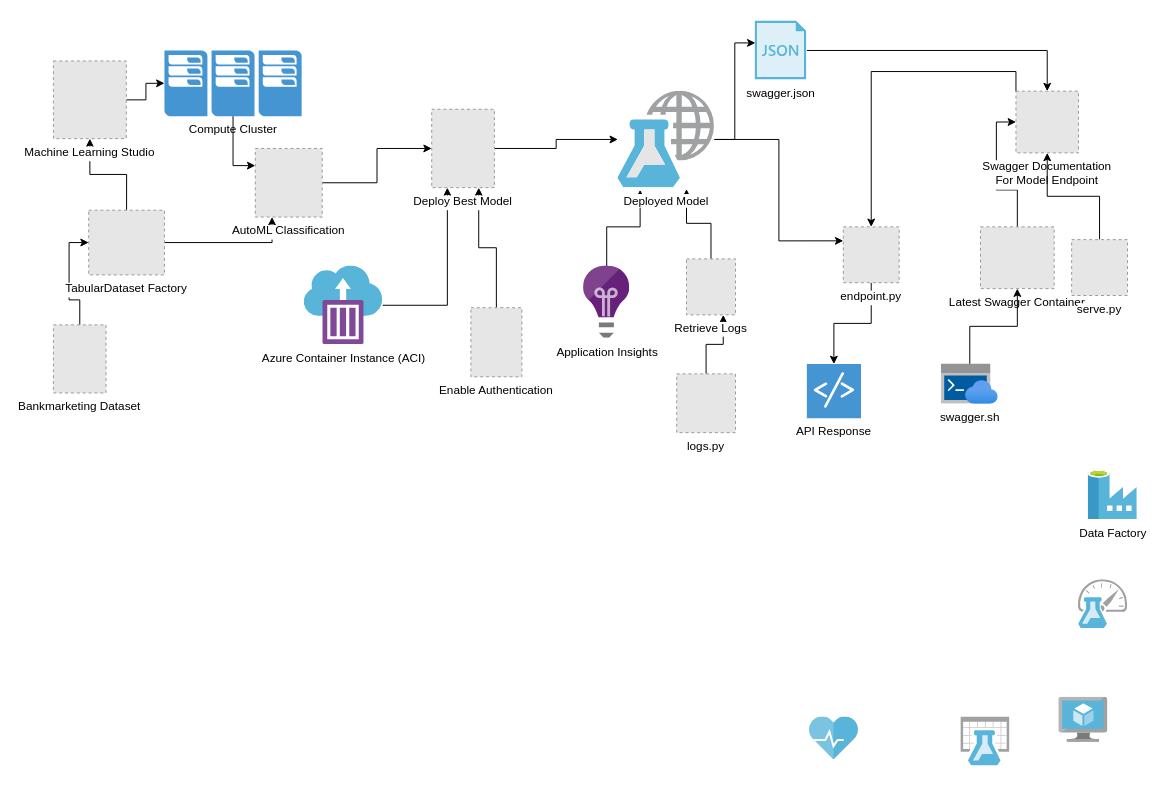
The draw.io diagram starter_files/MLOps-Diagram.drawio in ionut-ml/nd00333_AZMLND_C2, before the edit. Source tidied: cells renumbered, new cells numbered last; positions are measured from the earlier drawing's top-left corner, leaving out a move shared by most shapes. Both pictures are drawn from the tidied source at 98%, with x=0, y=0 at pixel (53, 21). Pictures stored in the file or linked from it are replaced by grey dashed boxes.
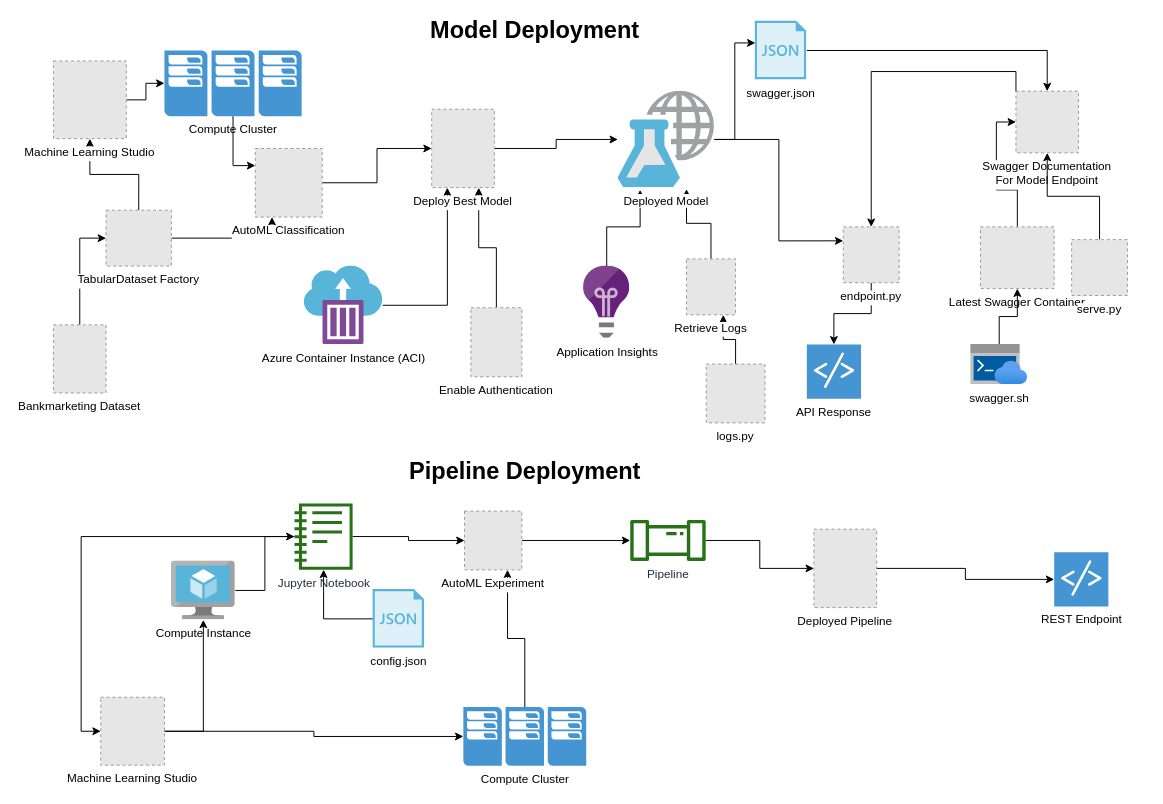
Above is the later version.

Change to the diagram source:
```diff
@@
-    <mxCell id="2" value="Data Factory" style="html=1;perimeter=none;align=center;shadow=0;dashed=0;image;fontSize=12;image=img/lib/mscae/Data_Factory.svg;labelBackgroundColor=#ffffff;fillColor=#4D9900;" parent="1" vertex="1">
-      <mxGeometry x="1056" y="458.5" width="50" height="50" as="geometry" />
-    </mxCell>
-    <mxCell id="3" style="html=1;align=center;image;fontSize=12;image=img/lib/mscae/Machine_Learning_Studio_Workspaces.svg;" parent="1" vertex="1">
-      <mxGeometry x="926" y="710" width="50" height="50" as="geometry" />
-    </mxCell>
-    <mxCell id="4" style="html=1;align=center;image;fontSize=12;image=img/lib/mscae/Machine_Learning_Studio_Web_Service_Plans.svg;" parent="1" vertex="1">
-      <mxGeometry x="1046" y="570" width="50" height="50" as="geometry" />
-    </mxCell>
+    <mxCell id="46" style="edgeStyle=orthogonalEdgeStyle;rounded=0;jettySize=auto;html=1;" parent="1" edge="1" source="5" target="54">
+      <mxGeometry relative="1" as="geometry" />
+    </mxCell>
-    <mxCell id="5" style="html=1;points=[];align=center;image;fontSize=12;image=img/lib/mscae/Virtual_Machine.svg;" parent="1" vertex="1">
-      <mxGeometry x="1026" y="690" width="50" height="46" as="geometry" />
+    <mxCell id="5" value="Compute Instance" style="html=1;points=[];align=center;image;fontSize=12;image=img/lib/mscae/Virtual_Machine.svg;" parent="1" vertex="1">
+      <mxGeometry x="120.4" y="551" width="65.2" height="60" as="geometry" />
     </mxCell>
@@
-    <mxCell id="10" style="html=1;align=center;image;fontSize=12;image=img/lib/mscae/ServiceHealth.svg;" parent="1" vertex="1">
-      <mxGeometry x="771.5" y="710" width="50" height="44" as="geometry" />
-    </mxCell>
@@
     <mxCell id="19" value="TabularDataset Factory" style="fillColor=#E6E6E6;strokeColor=#999999;dashed=1;verticalLabelPosition=bottom;labelBackgroundColor=#ffffff;verticalAlign=top;" parent="1" vertex="1">
-      <mxGeometry x="36" y="193" width="77.3" height="66" as="geometry" />
+      <mxGeometry x="53.7" y="193" width="66.7" height="57" as="geometry" />
     </mxCell>
@@
     <mxCell id="31" value="logs.py" style="fillColor=#E6E6E6;strokeColor=#999999;dashed=1;verticalLabelPosition=bottom;labelBackgroundColor=#ffffff;verticalAlign=top;" parent="1" vertex="1">
-      <mxGeometry x="636" y="360" width="60" height="60" as="geometry" />
+      <mxGeometry x="666.1" y="350" width="60" height="60" as="geometry" />
     </mxCell>
@@
     <mxCell id="40" value="swagger.sh" style="html=1;points=[];align=center;image;fontSize=12;image=img/lib/azure2/preview/Azure_Cloud_Shell.svg;" parent="1" vertex="1">
-      <mxGeometry x="906" y="350" width="58.1" height="41" as="geometry" />
+      <mxGeometry x="936" y="330" width="58.1" height="41" as="geometry" />
     </mxCell>
@@
     <mxCell id="45" value="API Response" style="shadow=0;dashed=0;html=1;strokeColor=none;fillColor=#4495D1;labelPosition=center;verticalLabelPosition=bottom;verticalAlign=top;align=center;outlineConnect=0;shape=mxgraph.veeam.script;" parent="1" vertex="1">
-      <mxGeometry x="768.8" y="350" width="55.3" height="55.3" as="geometry" />
+      <mxGeometry x="768.8" y="330" width="55.3" height="55.3" as="geometry" />
     </mxCell>
+    <mxCell id="47" style="edgeStyle=orthogonalEdgeStyle;rounded=0;jettySize=auto;html=1;" parent="1" edge="1" source="49" target="56">
+      <mxGeometry relative="1" as="geometry" />
+    </mxCell>
+    <mxCell id="48" style="edgeStyle=orthogonalEdgeStyle;rounded=0;jettySize=auto;html=1;" parent="1" edge="1" source="49" target="5">
+      <mxGeometry relative="1" as="geometry" />
+    </mxCell>
+    <mxCell id="49" value="Machine Learning Studio" style="fillColor=#E6E6E6;strokeColor=#999999;dashed=1;verticalLabelPosition=bottom;labelBackgroundColor=#ffffff;verticalAlign=top;" parent="1" vertex="1">
+      <mxGeometry x="48.3" y="690" width="65" height="69.3" as="geometry" />
+    </mxCell>
+    <mxCell id="50" style="edgeStyle=orthogonalEdgeStyle;rounded=0;jettySize=auto;html=1;" parent="1" edge="1" source="51" target="54">
+      <mxGeometry relative="1" as="geometry" />
+    </mxCell>
+    <mxCell id="51" value="config.json" style="html=1;points=[];align=center;image;fontSize=12;image=img/lib/mscae/Templates.svg;" parent="1" vertex="1">
+      <mxGeometry x="326" y="580" width="52.8" height="60" as="geometry" />
+    </mxCell>
+    <mxCell id="52" style="edgeStyle=orthogonalEdgeStyle;rounded=0;jettySize=auto;html=1;entryX=0;entryY=0.5;entryDx=0;entryDy=0;" parent="1" edge="1" source="54" target="49">
+      <mxGeometry relative="1" as="geometry" />
+    </mxCell>
+    <mxCell id="53" style="edgeStyle=orthogonalEdgeStyle;rounded=0;jettySize=auto;html=1;" parent="1" edge="1" source="54" target="58">
+      <mxGeometry relative="1" as="geometry" />
+    </mxCell>
+    <mxCell id="54" value="Jupyter Notebook" style="outlineConnect=0;fontColor=#232F3E;gradientColor=none;fillColor=#277116;strokeColor=none;dashed=0;verticalLabelPosition=bottom;verticalAlign=top;align=center;html=1;fontSize=12;fontStyle=0;shape=mxgraph.aws4.notebook;" parent="1" vertex="1">
+      <mxGeometry x="246" y="492" width="59.3" height="68" as="geometry" />
+    </mxCell>
+    <mxCell id="55" style="edgeStyle=orthogonalEdgeStyle;rounded=0;jettySize=auto;html=1;entryX=0.75;entryY=1;entryDx=0;entryDy=0;" parent="1" edge="1" source="56" target="58">
+      <mxGeometry relative="1" as="geometry" />
+    </mxCell>
+    <mxCell id="56" value="Compute Cluster" style="shadow=0;dashed=0;html=1;strokeColor=none;fillColor=#4495D1;labelPosition=center;verticalLabelPosition=bottom;verticalAlign=top;align=center;outlineConnect=0;shape=mxgraph.veeam.cluster;" parent="1" vertex="1">
+      <mxGeometry x="418.3" y="700" width="125.4" height="60" as="geometry" />
+    </mxCell>
+    <mxCell id="57" style="edgeStyle=orthogonalEdgeStyle;rounded=0;jettySize=auto;html=1;" parent="1" edge="1" source="58" target="60">
+      <mxGeometry relative="1" as="geometry" />
+    </mxCell>
+    <mxCell id="58" value="AutoML Experiment" style="fillColor=#E6E6E6;strokeColor=#999999;dashed=1;verticalLabelPosition=bottom;labelBackgroundColor=#ffffff;verticalAlign=top;" parent="1" vertex="1">
+      <mxGeometry x="419.5" y="500" width="58.5" height="60" as="geometry" />
+    </mxCell>
+    <mxCell id="59" style="edgeStyle=orthogonalEdgeStyle;rounded=0;jettySize=auto;html=1;entryX=0;entryY=0.5;entryDx=0;entryDy=0;" parent="1" edge="1" source="60" target="62">
+      <mxGeometry relative="1" as="geometry" />
+    </mxCell>
+    <mxCell id="60" value="Pipeline" style="outlineConnect=0;fontColor=#232F3E;gradientColor=none;fillColor=#277116;strokeColor=none;dashed=0;verticalLabelPosition=bottom;verticalAlign=top;align=center;html=1;fontSize=12;fontStyle=0;shape=mxgraph.aws4.iot_analytics_pipeline;" parent="1" vertex="1">
+      <mxGeometry x="588.1" y="509" width="78" height="42" as="geometry" />
+    </mxCell>
+    <mxCell id="61" style="edgeStyle=orthogonalEdgeStyle;rounded=0;jettySize=auto;html=1;" parent="1" edge="1" source="62" target="63">
+      <mxGeometry relative="1" as="geometry" />
+    </mxCell>
+    <mxCell id="62" value="Deployed Pipeline" style="fillColor=#E6E6E6;strokeColor=#999999;dashed=1;verticalLabelPosition=bottom;labelBackgroundColor=#ffffff;verticalAlign=top;" parent="1" vertex="1">
+      <mxGeometry x="776" y="518.5" width="64" height="80" as="geometry" />
+    </mxCell>
+    <mxCell id="63" value="REST Endpoint" style="shadow=0;dashed=0;html=1;strokeColor=none;fillColor=#4495D1;labelPosition=center;verticalLabelPosition=bottom;verticalAlign=top;align=center;outlineConnect=0;shape=mxgraph.veeam.script;" parent="1" vertex="1">
+      <mxGeometry x="1021.2" y="542" width="55.3" height="55.3" as="geometry" />
+    </mxCell>
+    <mxCell id="64" value="&lt;font style=&quot;font-size: 24px&quot;&gt;&lt;b&gt;Pipeline Deployment&lt;/b&gt;&lt;/font&gt;" style="text;html=1;align=center;verticalAlign=middle;fillColor=none;strokeColor=none;rounded=0;" parent="1" vertex="1">
+      <mxGeometry x="356" y="450" width="250" height="20" as="geometry" />
+    </mxCell>
+    <mxCell id="65" value="&lt;font style=&quot;font-size: 24px&quot;&gt;&lt;b&gt;Model Deployment&lt;/b&gt;&lt;/font&gt;" style="text;html=1;align=center;verticalAlign=middle;fillColor=none;strokeColor=none;rounded=0;" parent="1" vertex="1">
+      <mxGeometry x="376" width="230" height="20" as="geometry" />
+    </mxCell>
```
